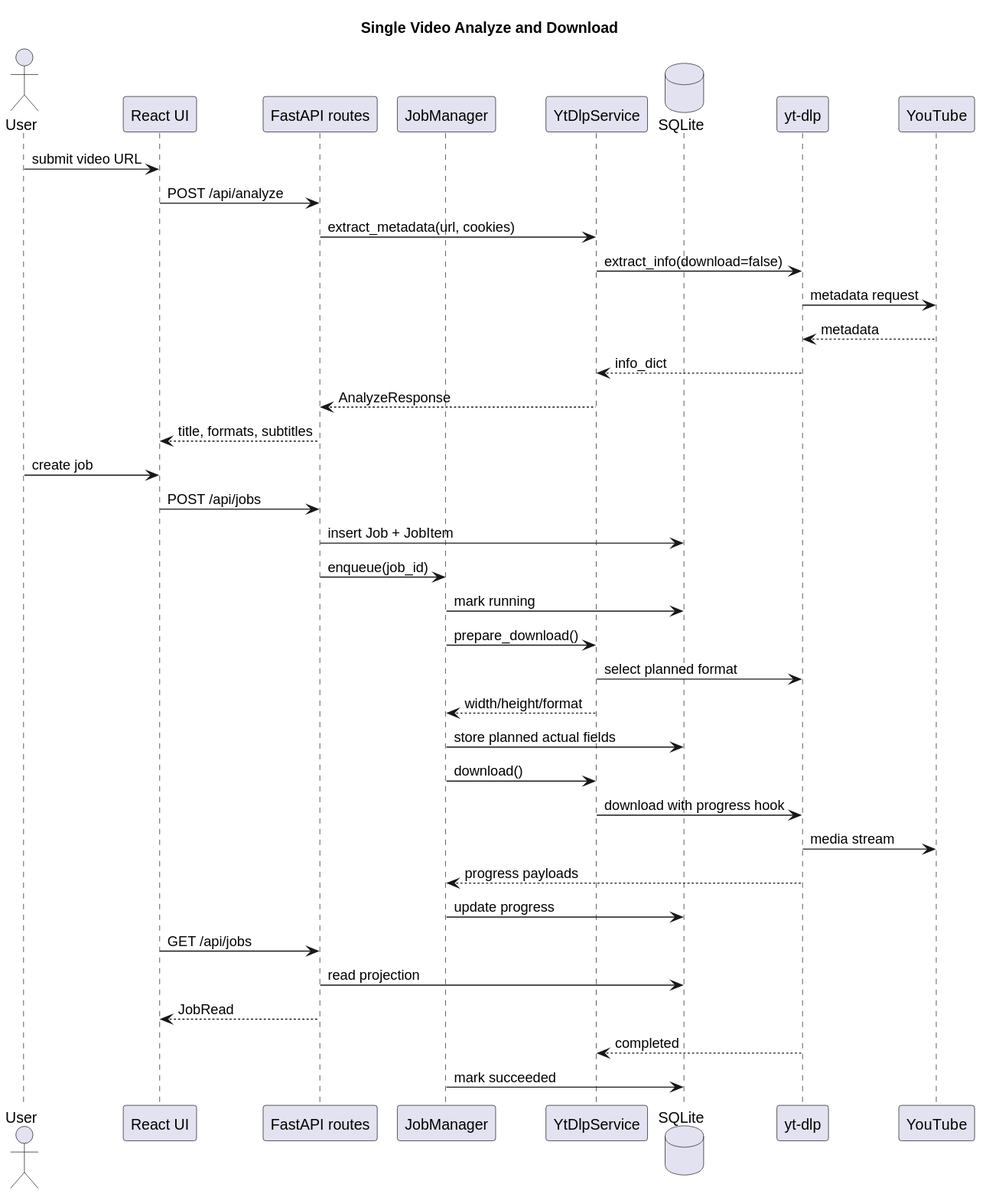
Above: docs/assets/diagrams/single-video-sequence.svg in hnucjx/Design-and-Implementation-of-Database-Watermarking-Algorithms-Resistant-to-Brute-Force-Attacks. (PlantUML), before the change. Its diagram source:
```plantuml
@startuml
title Single Video Analyze and Download
skinparam shadowing false

actor User
participant "React UI" as UI
participant "FastAPI routes" as API
participant "JobManager" as Manager
participant "YtDlpService" as Service
database "SQLite" as DB
participant "yt-dlp" as YTDLP
participant "YouTube" as YouTube

User -> UI : submit video URL
UI -> API : POST /api/analyze
API -> Service : extract_metadata(url, cookies)
Service -> YTDLP : extract_info(download=false)
YTDLP -> YouTube : metadata request
YouTube --> YTDLP : metadata
YTDLP --> Service : info_dict
Service --> API : AnalyzeResponse
API --> UI : title, formats, subtitles

User -> UI : create job
UI -> API : POST /api/jobs
API -> DB : insert Job + JobItem
API -> Manager : enqueue(job_id)
Manager -> DB : mark running
Manager -> Service : prepare_download()
Service -> YTDLP : select planned format
Service --> Manager : width/height/format
Manager -> DB : store planned actual fields
Manager -> Service : download()
Service -> YTDLP : download with progress hook
YTDLP -> YouTube : media stream
YTDLP --> Manager : progress payloads
Manager -> DB : update progress
UI -> API : GET /api/jobs
API -> DB : read projection
API --> UI : JobRead
YTDLP --> Service : completed
Manager -> DB : mark succeeded
@enduml
```
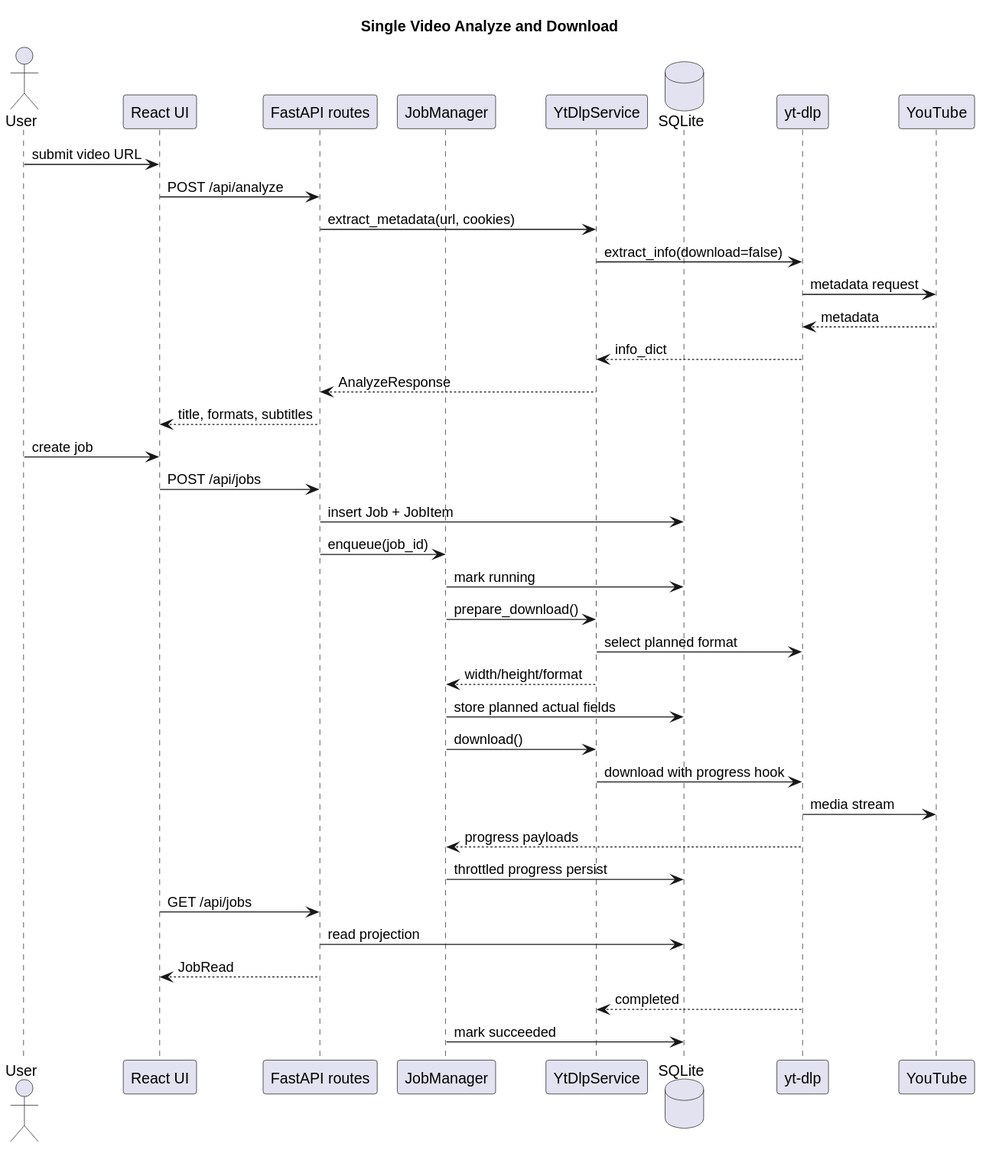
Later version of the same file.

What changed in the source:
```diff
@@ -34,7 +34,7 @@
 Service -> YTDLP : download with progress hook
 YTDLP -> YouTube : media stream
 YTDLP --> Manager : progress payloads
-Manager -> DB : update progress
+Manager -> DB : throttled progress persist
 UI -> API : GET /api/jobs
 API -> DB : read projection
 API --> UI : JobRead
```
